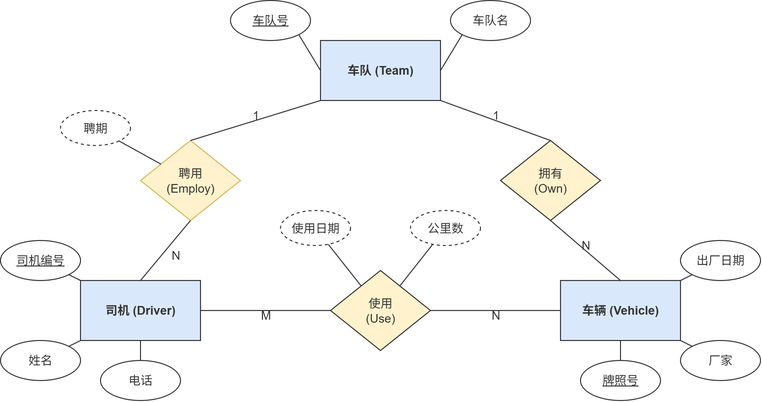
The draw.io diagram content/数据库/Review Notes/2022_5.drawio.png in 404NWF3/QuartzTemplate, before a commit. Source tidied: cells renumbered, new cells last; positions are measured from the earlier drawing's top-left corner, leaving out a move shared by most shapes. The source it was exported from:
```xml
<mxGraphModel background="#ffffff">
  <root>
    <mxCell id="0" />
    <mxCell id="1" parent="0" />
    <mxCell id="2" value="车队 (Team)" style="rounded=0;whiteSpace=wrap;html=1;fillColor=#dae8fc;strokeColor=#333333;fontStyle=1;fontColor=#333333;" parent="1" vertex="1">
      <mxGeometry x="320" y="40" width="120" height="60" as="geometry" />
    </mxCell>
    <mxCell id="3" value="&lt;u&gt;车队号&lt;/u&gt;" style="ellipse;whiteSpace=wrap;html=1;fontColor=#333333;fillColor=none;strokeColor=#333333;" parent="1" vertex="1">
      <mxGeometry x="230" width="80" height="40" as="geometry" />
    </mxCell>
    <mxCell id="4" value="车队名" style="ellipse;whiteSpace=wrap;html=1;fontColor=#333333;fillColor=none;strokeColor=#333333;" parent="1" vertex="1">
      <mxGeometry x="450" width="80" height="40" as="geometry" />
    </mxCell>
    <mxCell id="5" style="endArrow=none;html=1;entryX=0;entryY=0.5;entryDx=0;entryDy=0;exitX=1;exitY=1;exitDx=0;exitDy=0;fontColor=#333333;strokeColor=#333333;" parent="1" edge="1" source="3" target="2">
      <mxGeometry relative="1" as="geometry" />
    </mxCell>
    <mxCell id="6" style="endArrow=none;html=1;entryX=1;entryY=0.5;entryDx=0;entryDy=0;exitX=0;exitY=1;exitDx=0;exitDy=0;fontColor=#333333;strokeColor=#333333;" parent="1" edge="1" source="4" target="2">
      <mxGeometry relative="1" as="geometry" />
    </mxCell>
    <mxCell id="7" value="司机 (Driver)" style="rounded=0;whiteSpace=wrap;html=1;fillColor=#dae8fc;strokeColor=#333333;fontStyle=1;fontColor=#333333;" parent="1" vertex="1">
      <mxGeometry x="80" y="280" width="120" height="60" as="geometry" />
    </mxCell>
    <mxCell id="8" value="&lt;u&gt;司机编号&lt;/u&gt;" style="ellipse;whiteSpace=wrap;html=1;fillColor=none;strokeColor=#333333;fontColor=#333333;" parent="1" vertex="1">
      <mxGeometry y="240" width="80" height="40" as="geometry" />
    </mxCell>
    <mxCell id="9" value="姓名" style="ellipse;whiteSpace=wrap;html=1;fillColor=none;strokeColor=#333333;fontColor=#333333;" parent="1" vertex="1">
      <mxGeometry y="340" width="80" height="40" as="geometry" />
    </mxCell>
    <mxCell id="10" value="电话" style="ellipse;whiteSpace=wrap;html=1;fontColor=#333333;fillColor=none;strokeColor=#333333;" parent="1" vertex="1">
      <mxGeometry x="100" y="360" width="80" height="40" as="geometry" />
    </mxCell>
    <mxCell id="11" style="endArrow=none;html=1;fontColor=#333333;strokeColor=#333333;" parent="1" edge="1" source="8" target="7">
      <mxGeometry relative="1" as="geometry" />
    </mxCell>
    <mxCell id="12" style="endArrow=none;html=1;fontColor=#333333;strokeColor=#333333;" parent="1" edge="1" source="9" target="7">
      <mxGeometry relative="1" as="geometry" />
    </mxCell>
    <mxCell id="13" style="endArrow=none;html=1;fontColor=#333333;strokeColor=#333333;" parent="1" edge="1" source="10" target="7">
      <mxGeometry relative="1" as="geometry" />
    </mxCell>
    <mxCell id="14" value="车辆 (Vehicle)" style="rounded=0;whiteSpace=wrap;html=1;fillColor=#dae8fc;strokeColor=#333333;fontStyle=1;fontColor=#333333;" parent="1" vertex="1">
      <mxGeometry x="560" y="280" width="120" height="60" as="geometry" />
    </mxCell>
    <mxCell id="15" value="&lt;u&gt;牌照号&lt;/u&gt;" style="ellipse;whiteSpace=wrap;html=1;fontColor=#333333;fillColor=none;strokeColor=#333333;" parent="1" vertex="1">
      <mxGeometry x="580" y="360" width="80" height="40" as="geometry" />
    </mxCell>
    <mxCell id="16" value="厂家" style="ellipse;whiteSpace=wrap;html=1;fontColor=#333333;fillColor=none;strokeColor=#333333;" parent="1" vertex="1">
      <mxGeometry x="680" y="340" width="80" height="40" as="geometry" />
    </mxCell>
    <mxCell id="17" value="出厂日期" style="ellipse;whiteSpace=wrap;html=1;fontColor=#333333;fillColor=none;strokeColor=#333333;" parent="1" vertex="1">
      <mxGeometry x="680" y="240" width="80" height="40" as="geometry" />
    </mxCell>
    <mxCell id="18" style="endArrow=none;html=1;fontColor=#333333;strokeColor=#333333;" parent="1" edge="1" source="15" target="14">
      <mxGeometry relative="1" as="geometry" />
    </mxCell>
    <mxCell id="19" style="endArrow=none;html=1;fontColor=#333333;strokeColor=#333333;" parent="1" edge="1" source="16" target="14">
      <mxGeometry relative="1" as="geometry" />
    </mxCell>
    <mxCell id="20" style="endArrow=none;html=1;fontColor=#333333;strokeColor=#333333;" parent="1" edge="1" source="17" target="14">
      <mxGeometry relative="1" as="geometry" />
    </mxCell>
    <mxCell id="21" value="聘用&lt;br&gt;(Employ)" style="rhombus;whiteSpace=wrap;html=1;fillColor=#fff2cc;strokeColor=#d6b656;fontColor=#333333;" parent="1" vertex="1">
      <mxGeometry x="140" y="140" width="100" height="80" as="geometry" />
    </mxCell>
    <mxCell id="22" value="聘期" style="ellipse;whiteSpace=wrap;html=1;dashed=1;fontColor=#333333;fillColor=none;strokeColor=#333333;" parent="1" vertex="1">
      <mxGeometry x="60" y="110" width="70" height="35" as="geometry" />
    </mxCell>
    <mxCell id="23" style="endArrow=none;html=1;fontColor=#333333;strokeColor=#333333;" parent="1" edge="1" source="22" target="21">
      <mxGeometry relative="1" as="geometry" />
    </mxCell>
    <mxCell id="24" style="endArrow=none;html=1;exitX=0;exitY=1;exitDx=0;exitDy=0;entryX=0.5;entryY=0;entryDx=0;entryDy=0;fontColor=#333333;strokeColor=#333333;" parent="1" edge="1" source="2" target="21">
      <mxGeometry relative="1" as="geometry" />
    </mxCell>
    <mxCell id="25" style="endArrow=none;html=1;exitX=0.5;exitY=0;exitDx=0;exitDy=0;entryX=0.5;entryY=1;entryDx=0;entryDy=0;fontColor=#333333;strokeColor=#333333;" parent="1" edge="1" source="7" target="21">
      <mxGeometry relative="1" as="geometry" />
    </mxCell>
    <mxCell id="26" value="拥有&lt;br&gt;(Own)" style="rhombus;whiteSpace=wrap;html=1;fillColor=#fff2cc;strokeColor=#333333;fontColor=#333333;" parent="1" vertex="1">
      <mxGeometry x="500" y="140" width="100" height="80" as="geometry" />
    </mxCell>
    <mxCell id="27" style="endArrow=none;html=1;exitX=1;exitY=1;exitDx=0;exitDy=0;entryX=0.5;entryY=0;entryDx=0;entryDy=0;fontColor=#333333;strokeColor=#333333;" parent="1" edge="1" source="2" target="26">
      <mxGeometry relative="1" as="geometry" />
    </mxCell>
    <mxCell id="28" style="endArrow=none;html=1;exitX=0.5;exitY=0;exitDx=0;exitDy=0;entryX=0.5;entryY=1;entryDx=0;entryDy=0;fontColor=#333333;strokeColor=#333333;" parent="1" edge="1" source="14" target="26">
      <mxGeometry x="-0.01" relative="1" as="geometry" />
    </mxCell>
    <mxCell id="29" value="使用&lt;br&gt;(Use)" style="rhombus;whiteSpace=wrap;html=1;fillColor=#fff2cc;strokeColor=#333333;fontColor=#333333;" parent="1" vertex="1">
      <mxGeometry x="330" y="270" width="100" height="80" as="geometry" />
    </mxCell>
    <mxCell id="30" value="使用日期" style="ellipse;whiteSpace=wrap;html=1;dashed=1;fontColor=#333333;fillColor=none;strokeColor=#333333;" parent="1" vertex="1">
      <mxGeometry x="280" y="210" width="70" height="35" as="geometry" />
    </mxCell>
    <mxCell id="31" value="公里数" style="ellipse;whiteSpace=wrap;html=1;dashed=1;fontColor=#333333;fillColor=none;strokeColor=#333333;" parent="1" vertex="1">
      <mxGeometry x="410" y="210" width="70" height="35" as="geometry" />
    </mxCell>
    <mxCell id="32" style="endArrow=none;html=1;fontColor=#333333;strokeColor=#333333;" parent="1" edge="1" source="30" target="29">
      <mxGeometry relative="1" as="geometry" />
    </mxCell>
    <mxCell id="33" style="endArrow=none;html=1;fontColor=#333333;strokeColor=#333333;" parent="1" edge="1" source="31" target="29">
      <mxGeometry relative="1" as="geometry" />
    </mxCell>
    <mxCell id="34" style="endArrow=none;html=1;exitX=1;exitY=0.5;exitDx=0;exitDy=0;entryX=0;entryY=0.5;entryDx=0;entryDy=0;fontColor=#333333;strokeColor=#333333;" parent="1" edge="1" source="7" target="29">
      <mxGeometry relative="1" as="geometry" />
    </mxCell>
    <mxCell id="35" style="endArrow=none;html=1;exitX=0;exitY=0.5;exitDx=0;exitDy=0;entryX=1;entryY=0.5;entryDx=0;entryDy=0;fontColor=#333333;strokeColor=#333333;" parent="1" edge="1" source="14" target="29">
      <mxGeometry relative="1" as="geometry" />
    </mxCell>
    <mxCell id="36" value="N" style="text;html=1;align=center;verticalAlign=middle;strokeColor=none;fillColor=none;fontColor=#333333;" parent="1" vertex="1">
      <mxGeometry x="160" y="240" width="30" height="30" as="geometry" />
    </mxCell>
    <mxCell id="37" value="1" style="text;html=1;align=center;verticalAlign=middle;strokeColor=none;fillColor=none;fontColor=#333333;" parent="1" vertex="1">
      <mxGeometry x="240" y="100" width="30" height="30" as="geometry" />
    </mxCell>
    <mxCell id="38" value="M" style="text;html=1;align=center;verticalAlign=middle;strokeColor=none;fillColor=none;fontColor=#333333;" parent="1" vertex="1">
      <mxGeometry x="250" y="300" width="30" height="30" as="geometry" />
    </mxCell>
    <mxCell id="39" value="N" style="text;html=1;align=center;verticalAlign=middle;strokeColor=none;fillColor=none;fontColor=#333333;" parent="1" vertex="1">
      <mxGeometry x="480" y="300" width="30" height="30" as="geometry" />
    </mxCell>
    <mxCell id="40" value="N" style="text;html=1;align=center;verticalAlign=middle;strokeColor=none;fillColor=none;fontColor=#333333;" parent="1" vertex="1">
      <mxGeometry x="570" y="230" width="30" height="30" as="geometry" />
    </mxCell>
    <mxCell id="41" value="1" style="text;html=1;align=center;verticalAlign=middle;strokeColor=none;fillColor=none;fontColor=#333333;" parent="1" vertex="1">
      <mxGeometry x="480" y="100" width="30" height="30" as="geometry" />
    </mxCell>
  </root>
</mxGraphModel>
```
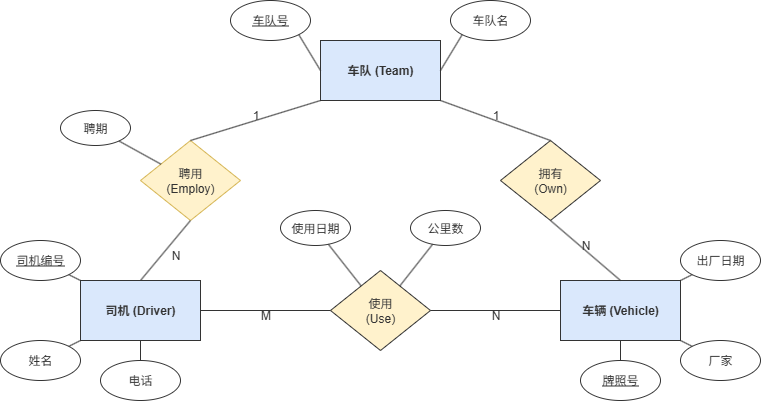
Later version of the same file.

Change to the diagram source:
```diff
@@ -62,7 +62,7 @@
     <mxCell id="21" value="聘用&lt;br&gt;(Employ)" style="rhombus;whiteSpace=wrap;html=1;fillColor=#fff2cc;strokeColor=#d6b656;fontColor=#333333;" parent="1" vertex="1">
       <mxGeometry x="140" y="140" width="100" height="80" as="geometry" />
     </mxCell>
-    <mxCell id="22" value="聘期" style="ellipse;whiteSpace=wrap;html=1;dashed=1;fontColor=#333333;fillColor=none;strokeColor=#333333;" parent="1" vertex="1">
+    <mxCell id="22" value="聘期" style="ellipse;whiteSpace=wrap;html=1;fontColor=#333333;fillColor=none;strokeColor=#333333;" parent="1" vertex="1">
       <mxGeometry x="60" y="110" width="70" height="35" as="geometry" />
     </mxCell>
     <mxCell id="23" style="endArrow=none;html=1;fontColor=#333333;strokeColor=#333333;" parent="1" edge="1" source="22" target="21">
@@ -86,10 +86,10 @@
     <mxCell id="29" value="使用&lt;br&gt;(Use)" style="rhombus;whiteSpace=wrap;html=1;fillColor=#fff2cc;strokeColor=#333333;fontColor=#333333;" parent="1" vertex="1">
       <mxGeometry x="330" y="270" width="100" height="80" as="geometry" />
     </mxCell>
-    <mxCell id="30" value="使用日期" style="ellipse;whiteSpace=wrap;html=1;dashed=1;fontColor=#333333;fillColor=none;strokeColor=#333333;" parent="1" vertex="1">
+    <mxCell id="30" value="使用日期" style="ellipse;whiteSpace=wrap;html=1;fontColor=#333333;fillColor=none;strokeColor=#333333;" parent="1" vertex="1">
       <mxGeometry x="280" y="210" width="70" height="35" as="geometry" />
     </mxCell>
-    <mxCell id="31" value="公里数" style="ellipse;whiteSpace=wrap;html=1;dashed=1;fontColor=#333333;fillColor=none;strokeColor=#333333;" parent="1" vertex="1">
+    <mxCell id="31" value="公里数" style="ellipse;whiteSpace=wrap;html=1;fontColor=#333333;fillColor=none;strokeColor=#333333;" parent="1" vertex="1">
       <mxGeometry x="410" y="210" width="70" height="35" as="geometry" />
     </mxCell>
     <mxCell id="32" style="endArrow=none;html=1;fontColor=#333333;strokeColor=#333333;" parent="1" edge="1" source="30" target="29">
```
